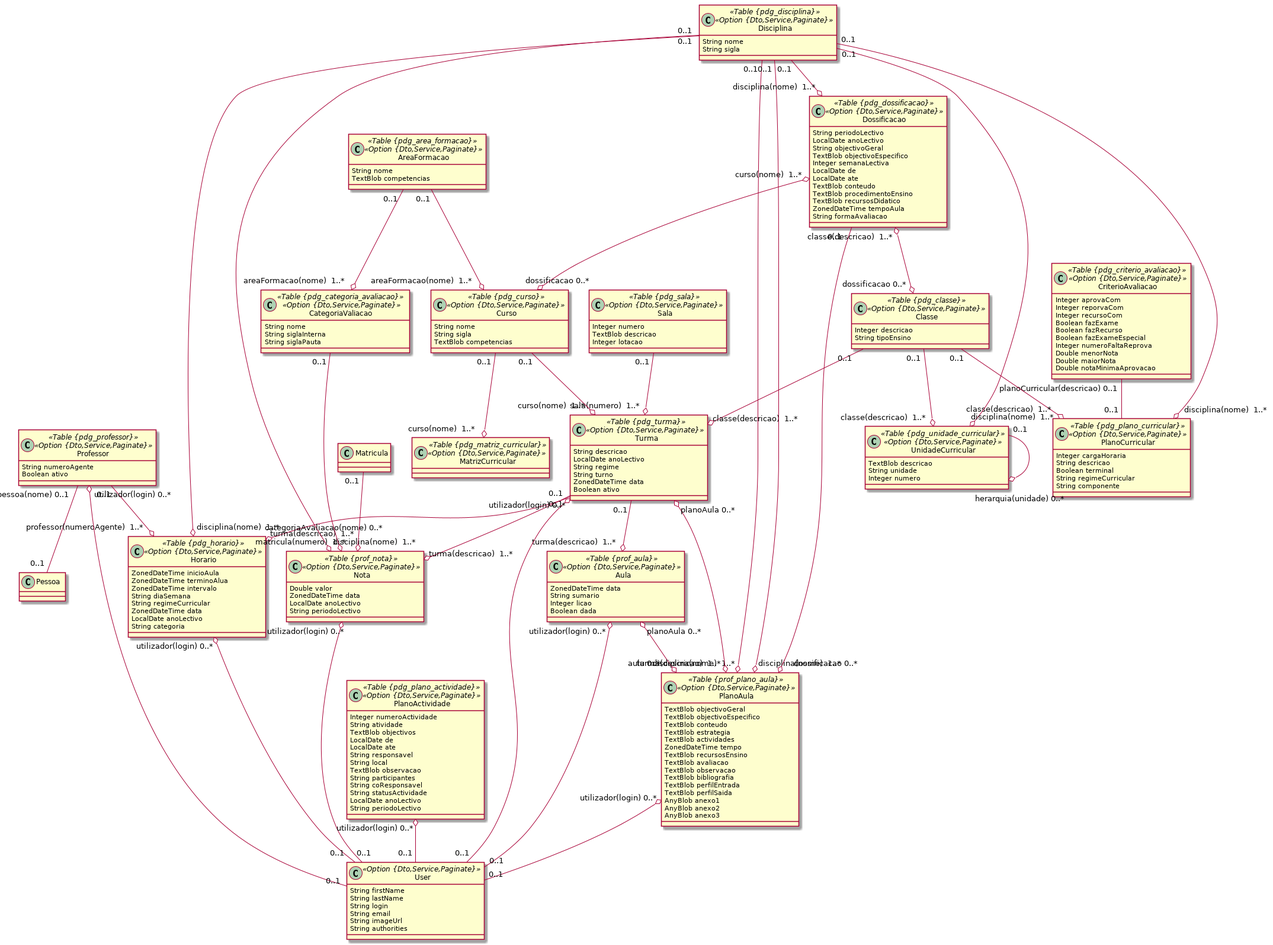
Earlier version of the PlantUML export domain-ensino/2pedagogico.png (ravunana/manda-ensino).
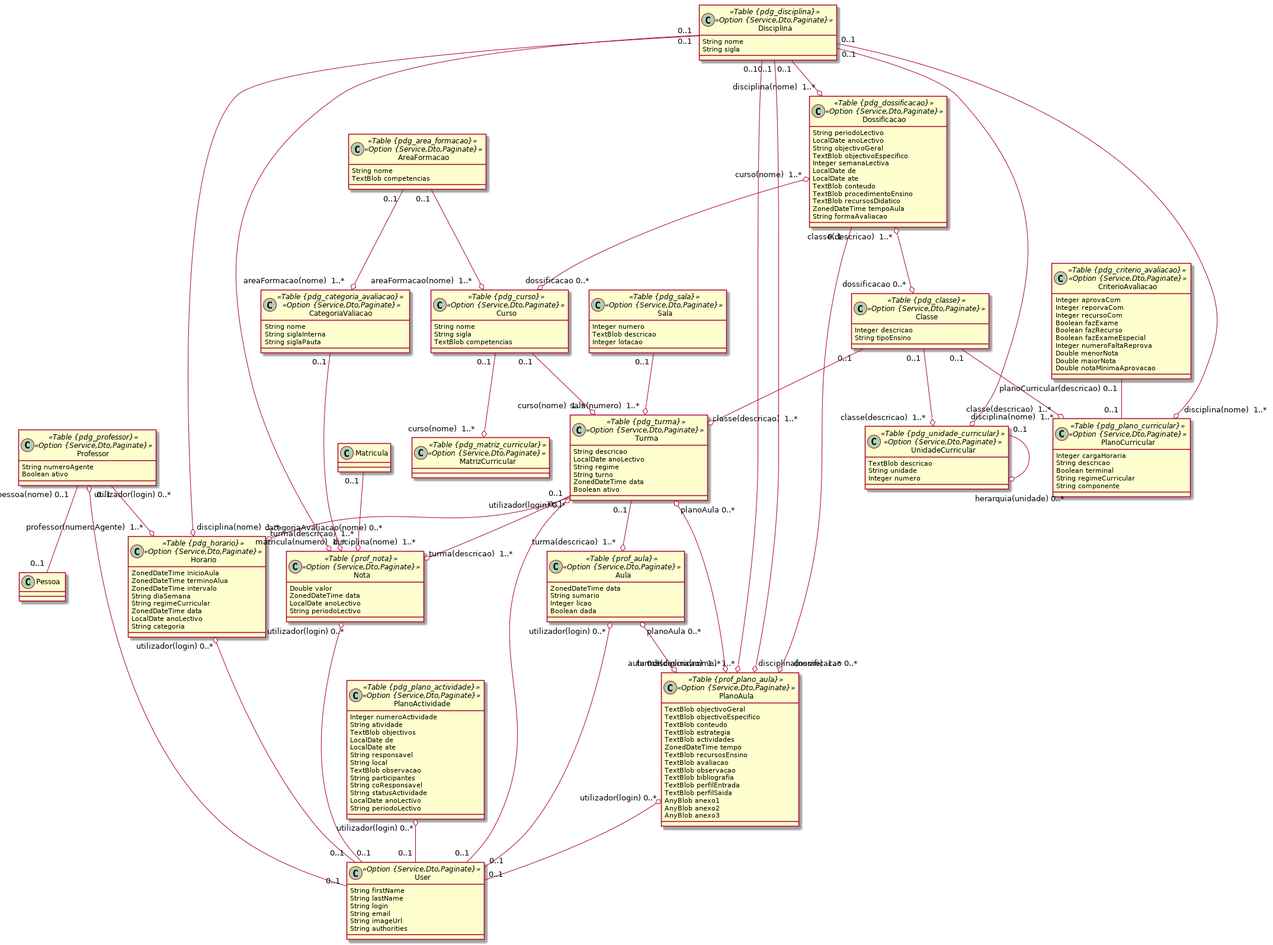
The same diagram one commit later.

Change to the diagram source:
```diff
@@ -1,46 +1,46 @@
 @startuml
 	!pragma syntax class
-	class Professor <<Table {pdg_professor}>><<Option {Dto,Service,Paginate}>> {
+	class Professor <<Table {pdg_professor}>><<Option {Service,Dto,Paginate}>> {
 		String numeroAgente
 		Boolean ativo
 	}
-	class Sala <<Table {pdg_sala}>><<Option {Dto,Service,Paginate}>> {
+	class Sala <<Table {pdg_sala}>><<Option {Service,Dto,Paginate}>> {
 		Integer numero
 		TextBlob descricao
 		Integer lotacao
 	}
-	class AreaFormacao <<Table {pdg_area_formacao}>><<Option {Dto,Service,Paginate}>> {
+	class AreaFormacao <<Table {pdg_area_formacao}>><<Option {Service,Dto,Paginate}>> {
 		String nome
 		TextBlob competencias
 	}
-	class Curso <<Table {pdg_curso}>><<Option {Dto,Service,Paginate}>> {
+	class Curso <<Table {pdg_curso}>><<Option {Service,Dto,Paginate}>> {
 		String nome
 		String sigla
 		TextBlob competencias
 	}
-	class Classe <<Table {pdg_classe}>><<Option {Dto,Service,Paginate}>> {
+	class Classe <<Table {pdg_classe}>><<Option {Service,Dto,Paginate}>> {
 		Integer descricao
 		String tipoEnsino
 	}
-	class Disciplina <<Table {pdg_disciplina}>><<Option {Dto,Service,Paginate}>> {
+	class Disciplina <<Table {pdg_disciplina}>><<Option {Service,Dto,Paginate}>> {
 		String nome
 		String sigla
 	}
-	class MatrizCurricular <<Table {pdg_matriz_curricular}>><<Option {Dto,Service,Paginate}>> {
+	class MatrizCurricular <<Table {pdg_matriz_curricular}>><<Option {Service,Dto,Paginate}>> {
 	}
-	class PlanoCurricular <<Table {pdg_plano_curricular}>><<Option {Dto,Service,Paginate}>> {
+	class PlanoCurricular <<Table {pdg_plano_curricular}>><<Option {Service,Dto,Paginate}>> {
 		Integer cargaHoraria
 		String descricao
 		Boolean terminal
 		String regimeCurricular
 		String componente
 	}
-	class UnidadeCurricular <<Table {pdg_unidade_curricular}>><<Option {Dto,Service,Paginate}>> {
+	class UnidadeCurricular <<Table {pdg_unidade_curricular}>><<Option {Service,Dto,Paginate}>> {
 		TextBlob descricao
 		String unidade
 		Integer numero
 	}
-	class CriterioAvaliacao <<Table {pdg_criterio_avaliacao}>><<Option {Dto,Service,Paginate}>> {
+	class CriterioAvaliacao <<Table {pdg_criterio_avaliacao}>><<Option {Service,Dto,Paginate}>> {
 		Integer aprovaCom
 		Integer reporvaCom
 		Integer recursoCom
@@ -52,7 +52,7 @@
 		Double maiorNota
 		Double notaMinimaAprovacao
 	}
-	class Turma <<Table {pdg_turma}>><<Option {Dto,Service,Paginate}>> {
+	class Turma <<Table {pdg_turma}>><<Option {Service,Dto,Paginate}>> {
 		String descricao
 		LocalDate anoLectivo
 		String regime
@@ -60,7 +60,7 @@
 		ZonedDateTime data
 		Boolean ativo
 	}
-	class Horario <<Table {pdg_horario}>><<Option {Dto,Service,Paginate}>> {
+	class Horario <<Table {pdg_horario}>><<Option {Service,Dto,Paginate}>> {
 		ZonedDateTime inicioAula
 		ZonedDateTime terminoAlua
 		ZonedDateTime intervalo
@@ -70,7 +70,7 @@
 		LocalDate anoLectivo
 		String categoria
 	}
-	class PlanoActividade <<Table {pdg_plano_actividade}>><<Option {Dto,Service,Paginate}>> {
+	class PlanoActividade <<Table {pdg_plano_actividade}>><<Option {Service,Dto,Paginate}>> {
 		Integer numeroActividade
 		String atividade
 		TextBlob objectivos
@@ -85,13 +85,13 @@
 		LocalDate anoLectivo
 		String periodoLectivo
 	}
-	class Aula <<Table {prof_aula}>><<Option {Dto,Service,Paginate}>> {
+	class Aula <<Table {prof_aula}>><<Option {Service,Dto,Paginate}>> {
 		ZonedDateTime data
 		String sumario
 		Integer licao
 		Boolean dada
 	}
-	class Dossificacao <<Table {pdg_dossificacao}>><<Option {Dto,Service,Paginate}>> {
+	class Dossificacao <<Table {pdg_dossificacao}>><<Option {Service,Dto,Paginate}>> {
 		String periodoLectivo
 		LocalDate anoLectivo
 		String objectivoGeral
@@ -105,7 +105,7 @@
 		ZonedDateTime tempoAula
 		String formaAvaliacao
 	}
-	class PlanoAula <<Table {prof_plano_aula}>><<Option {Dto,Service,Paginate}>> {
+	class PlanoAula <<Table {prof_plano_aula}>><<Option {Service,Dto,Paginate}>> {
 		TextBlob objectivoGeral
 		TextBlob objectivoEspecifico
 		TextBlob conteudo
@@ -122,12 +122,12 @@
 		AnyBlob anexo2
 		AnyBlob anexo3
 	}
-	class CategoriaValiacao <<Table {pdg_categoria_avaliacao}>><<Option {Dto,Service,Paginate}>> {
+	class CategoriaValiacao <<Table {pdg_categoria_avaliacao}>><<Option {Service,Dto,Paginate}>> {
 		String nome
 		String siglaInterna
 		String siglaPauta
 	}
-	class Nota <<Table {prof_nota}>><<Option {Dto,Service,Paginate}>> {
+	class Nota <<Table {prof_nota}>><<Option {Service,Dto,Paginate}>> {
 		Double valor
 		ZonedDateTime data
 		LocalDate anoLectivo
@@ -169,7 +169,7 @@
 	PlanoAula  "turma(descricao)  1..* " o--o "planoAula 0..* "  Turma
 	Dossificacao  "curso(nome)  1..* " o--o "dossificacao 0..* "  Curso
 	Dossificacao  "classe(descricao)  1..* " o--o "dossificacao 0..* "  Classe
-	class User <<Option {Dto,Service,Paginate}>> {
+	class User <<Option {Service,Dto,Paginate}>> {
 		String firstName
 		String lastName
 		String login
```
